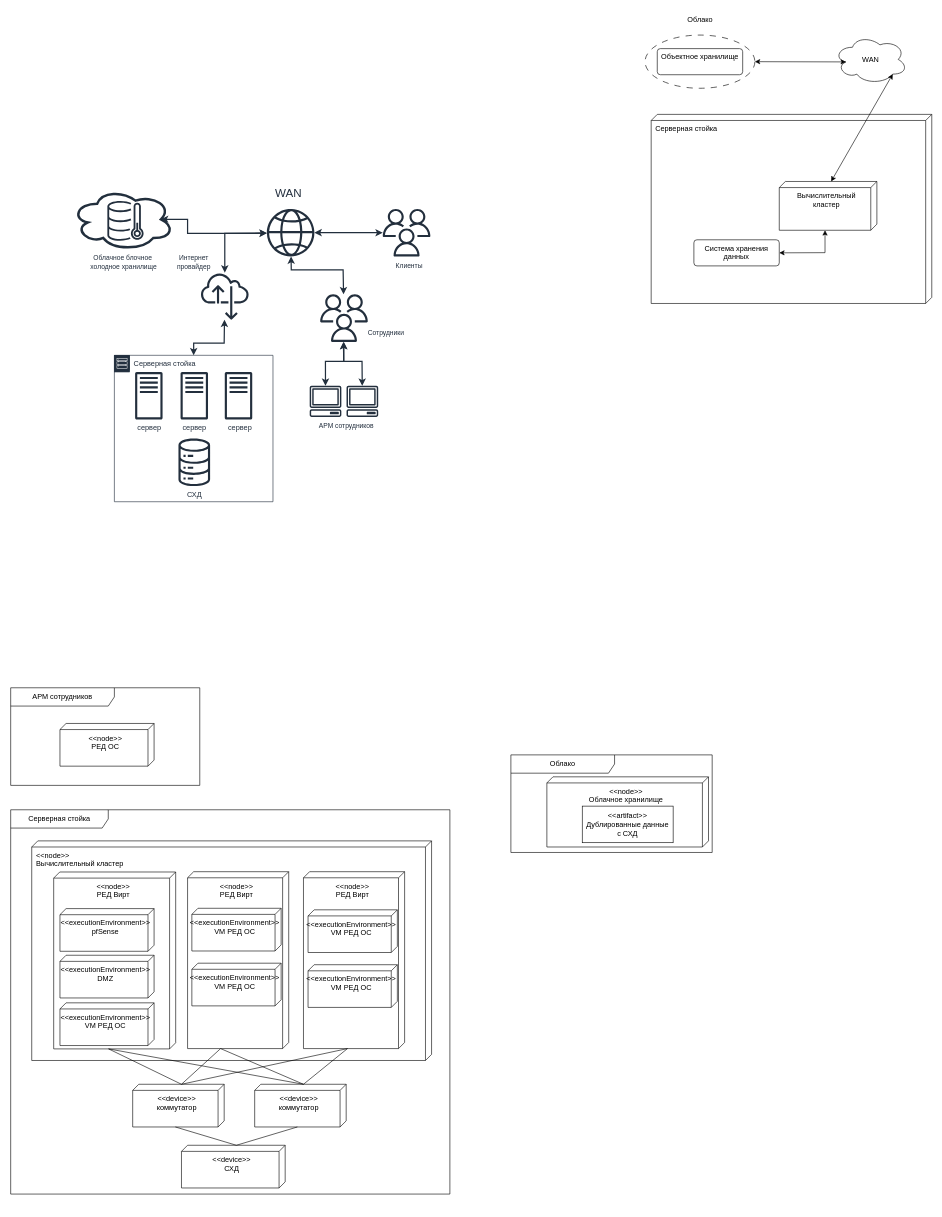
Above: additional/all_in_one.drawio in leadfact/mirea_diploma (draw.io), before the change. Source tidied: cells renumbered, new cells numbered last; positions are measured from the earlier drawing's top-left corner, leaving out a move shared by most shapes. Both pictures are drawn from the tidied source at 61%, with x=0, y=0 at pixel (10, 10).
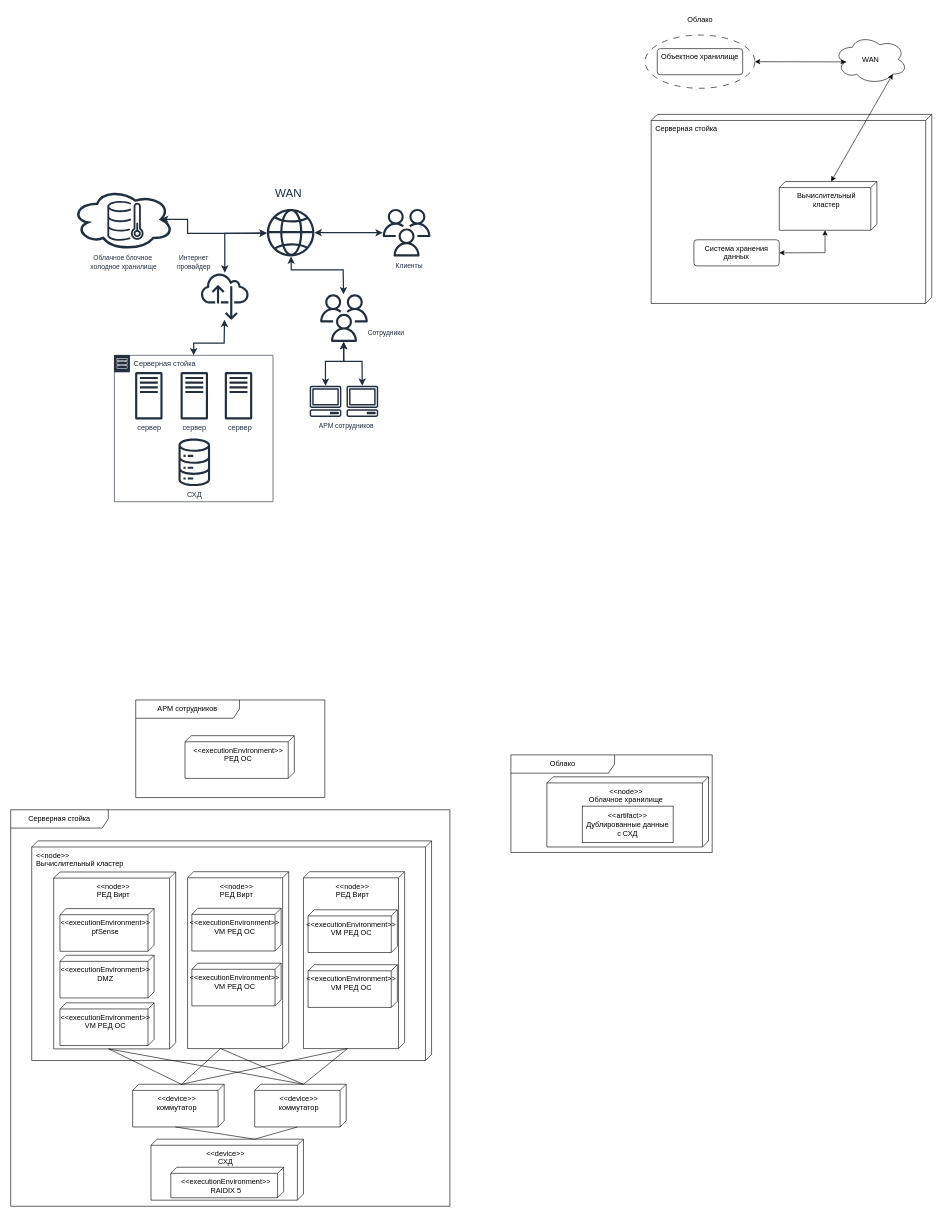
The same diagram, later.

Change to the diagram source:
```diff
@@
     <mxCell id="34" value="Серверная стойка" style="shape=umlFrame;whiteSpace=wrap;html=1;width=160;" parent="1" vertex="1">
-      <mxGeometry y="1310" width="720" height="630" as="geometry" />
+      <mxGeometry y="1310" width="720" height="650" as="geometry" />
     </mxCell>
@@
     <mxCell id="46" value="&amp;lt;&amp;lt;device&amp;gt;&amp;gt;&lt;br&gt;СХД" style="verticalAlign=top;align=center;shape=cube;size=10;direction=south;html=1;boundedLbl=1;spacingLeft=5;whiteSpace=wrap;" parent="34" vertex="1">
-      <mxGeometry x="280" y="550" width="170" height="70" as="geometry" />
+      <mxGeometry x="230" y="540" width="250" height="100" as="geometry" />
     </mxCell>
@@
+    <mxCell id="74" value="&amp;lt;&amp;lt;executionEnvironment&amp;gt;&amp;gt;&lt;br&gt;RAIDIX 5" style="verticalAlign=top;align=center;shape=cube;size=10;direction=south;html=1;boundedLbl=1;spacingLeft=5;whiteSpace=wrap;" parent="34" vertex="1">
+      <mxGeometry x="262.5" y="586" width="185" height="50" as="geometry" />
+    </mxCell>
@@
     <mxCell id="72" value="АРМ сотрудников" style="shape=umlFrame;whiteSpace=wrap;html=1;width=170;" parent="1" vertex="1">
-      <mxGeometry y="1110" width="310" height="160" as="geometry" />
+      <mxGeometry x="205" y="1130" width="310" height="160" as="geometry" />
     </mxCell>
-    <mxCell id="73" value="&amp;lt;&amp;lt;node&amp;gt;&amp;gt;&lt;br&gt;РЕД ОС" style="verticalAlign=top;align=center;shape=cube;size=10;direction=south;html=1;boundedLbl=1;spacingLeft=5;whiteSpace=wrap;" parent="72" vertex="1">
-      <mxGeometry x="80.8" y="58.5" width="154.3" height="70" as="geometry" />
+    <mxCell id="73" value="&amp;lt;&amp;lt;executionEnvironment&amp;gt;&amp;gt;&lt;br&gt;РЕД ОС" style="verticalAlign=top;align=center;shape=cube;size=10;direction=south;html=1;boundedLbl=1;spacingLeft=5;whiteSpace=wrap;" parent="72" vertex="1">
+      <mxGeometry x="80.8" y="58.5" width="179.2" height="70" as="geometry" />
     </mxCell>
```
